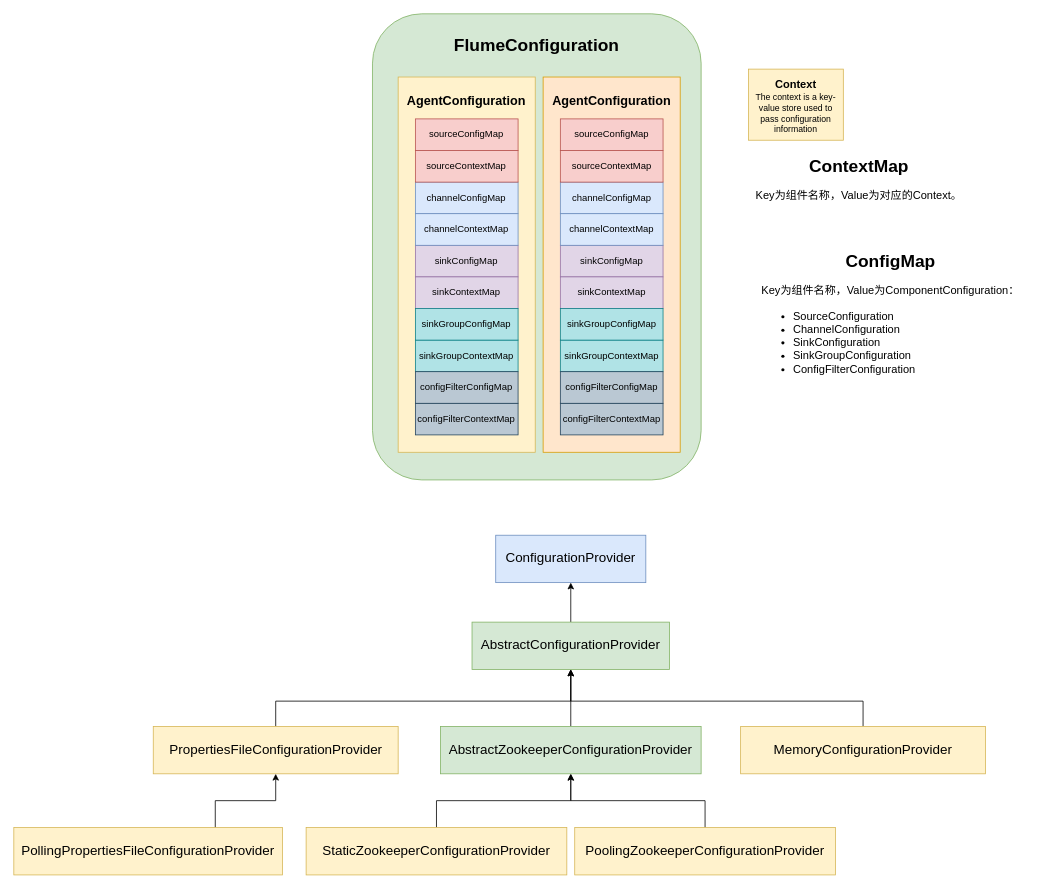
yu000hong/book-open-source keeps this draw.io diagram as flume/configuration.drawio. Above is the earlier version. Source tidied: cells renumbered, new cells numbered last; positions are measured from the earlier drawing's top-left corner, leaving out a move shared by most shapes. Both pictures are drawn from the tidied source at 79%, with x=0, y=0 at pixel (13, 13).
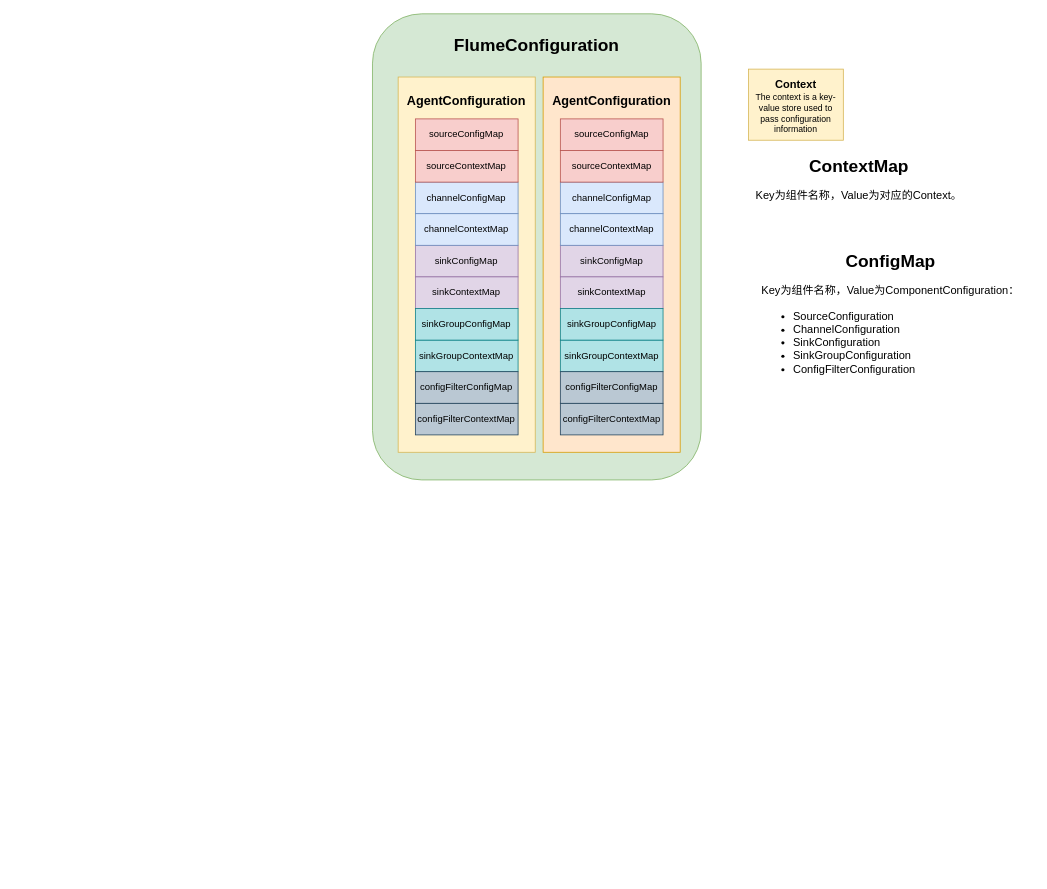
After the change.

Diff of the diagram source:
```diff
@@
-    <mxCell id="33" value="ConfigurationProvider" style="rounded=0;whiteSpace=wrap;html=1;fontSize=17;align=center;fillColor=#dae8fc;strokeColor=#6c8ebf;" parent="1" vertex="1">
-      <mxGeometry x="610" y="660" width="190" height="60" as="geometry" />
-    </mxCell>
-    <mxCell id="34" style="edgeStyle=orthogonalEdgeStyle;rounded=0;jettySize=auto;html=1;entryX=0.5;entryY=1;entryDx=0;entryDy=0;fontSize=17;" parent="1" edge="1" source="35" target="33">
-      <mxGeometry relative="1" as="geometry" />
-    </mxCell>
-    <mxCell id="35" value="AbstractConfigurationProvider" style="rounded=0;whiteSpace=wrap;html=1;fontSize=17;align=center;fillColor=#d5e8d4;strokeColor=#82b366;" parent="1" vertex="1">
-      <mxGeometry x="580" y="770" width="250" height="60" as="geometry" />
-    </mxCell>
-    <mxCell id="36" style="edgeStyle=orthogonalEdgeStyle;rounded=0;jettySize=auto;html=1;entryX=0.5;entryY=1;entryDx=0;entryDy=0;fontSize=17;exitX=0.5;exitY=0;exitDx=0;exitDy=0;" parent="1" edge="1" source="37" target="35">
-      <mxGeometry relative="1" as="geometry">
-        <Array as="points">
-          <mxPoint x="332" y="870" />
-          <mxPoint x="705" y="870" />
-        </Array>
-      </mxGeometry>
-    </mxCell>
-    <mxCell id="37" value="PropertiesFileConfigurationProvider" style="rounded=0;whiteSpace=wrap;html=1;fontSize=17;align=center;fillColor=#fff2cc;strokeColor=#d6b656;" parent="1" vertex="1">
-      <mxGeometry x="176.5" y="902" width="310" height="60" as="geometry" />
-    </mxCell>
-    <mxCell id="38" style="edgeStyle=orthogonalEdgeStyle;rounded=0;jettySize=auto;html=1;entryX=0.5;entryY=1;entryDx=0;entryDy=0;fontSize=17;" parent="1" edge="1" source="39" target="35">
-      <mxGeometry relative="1" as="geometry">
-        <Array as="points">
-          <mxPoint x="1075" y="870" />
-          <mxPoint x="705" y="870" />
-        </Array>
-      </mxGeometry>
-    </mxCell>
-    <mxCell id="39" value="MemoryConfigurationProvider" style="rounded=0;whiteSpace=wrap;html=1;fontSize=17;align=center;fillColor=#fff2cc;strokeColor=#d6b656;" parent="1" vertex="1">
-      <mxGeometry x="920" y="902" width="310" height="60" as="geometry" />
-    </mxCell>
-    <mxCell id="40" style="edgeStyle=orthogonalEdgeStyle;rounded=0;jettySize=auto;html=1;entryX=0.5;entryY=1;entryDx=0;entryDy=0;fontSize=17;" parent="1" edge="1" source="41" target="35">
-      <mxGeometry relative="1" as="geometry" />
-    </mxCell>
-    <mxCell id="41" value="AbstractZookeeperConfigurationProvider" style="rounded=0;whiteSpace=wrap;html=1;fontSize=17;align=center;fillColor=#d5e8d4;strokeColor=#82b366;" parent="1" vertex="1">
-      <mxGeometry x="540" y="902" width="330" height="60" as="geometry" />
-    </mxCell>
-    <mxCell id="42" style="edgeStyle=orthogonalEdgeStyle;rounded=0;jettySize=auto;html=1;entryX=0.5;entryY=1;entryDx=0;entryDy=0;fontSize=17;" parent="1" edge="1" source="43" target="41">
-      <mxGeometry relative="1" as="geometry" />
-    </mxCell>
-    <mxCell id="43" value="PoolingZookeeperConfigurationProvider" style="rounded=0;whiteSpace=wrap;html=1;fontSize=17;align=center;fillColor=#fff2cc;strokeColor=#d6b656;" parent="1" vertex="1">
-      <mxGeometry x="710" y="1030" width="330" height="60" as="geometry" />
-    </mxCell>
-    <mxCell id="44" style="edgeStyle=orthogonalEdgeStyle;rounded=0;jettySize=auto;html=1;entryX=0.5;entryY=1;entryDx=0;entryDy=0;fontSize=17;" parent="1" edge="1" source="45" target="41">
-      <mxGeometry relative="1" as="geometry" />
-    </mxCell>
-    <mxCell id="45" value="StaticZookeeperConfigurationProvider" style="rounded=0;whiteSpace=wrap;html=1;fontSize=17;align=center;fillColor=#fff2cc;strokeColor=#d6b656;" parent="1" vertex="1">
-      <mxGeometry x="370" y="1030" width="330" height="60" as="geometry" />
-    </mxCell>
-    <mxCell id="46" style="edgeStyle=orthogonalEdgeStyle;rounded=0;jettySize=auto;html=1;fontSize=17;exitX=0.75;exitY=0;exitDx=0;exitDy=0;" parent="1" edge="1" source="47" target="37">
-      <mxGeometry relative="1" as="geometry" />
-    </mxCell>
-    <mxCell id="47" value="PollingPropertiesFileConfigurationProvider" style="rounded=0;whiteSpace=wrap;html=1;fontSize=17;align=center;fillColor=#fff2cc;strokeColor=#d6b656;" parent="1" vertex="1">
-      <mxGeometry y="1030" width="340" height="60" as="geometry" />
-    </mxCell>
```
